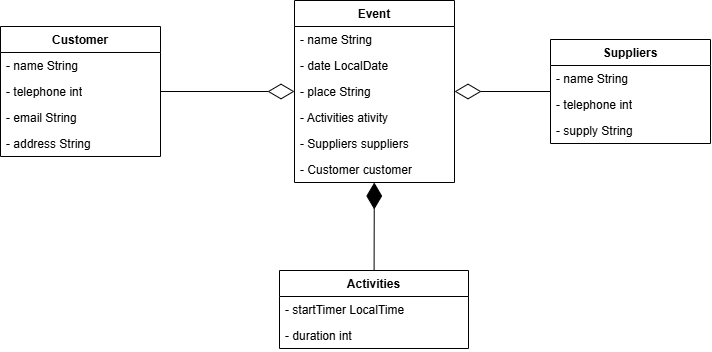
Juan-Chala-123/Aggregation-and-Composition keeps this draw.io diagram as EventCompany/img/event.png. Above is the earlier version. Source tidied: cells renumbered, new cells last; positions are measured from the earlier drawing's top-left corner, leaving out a move shared by most shapes.
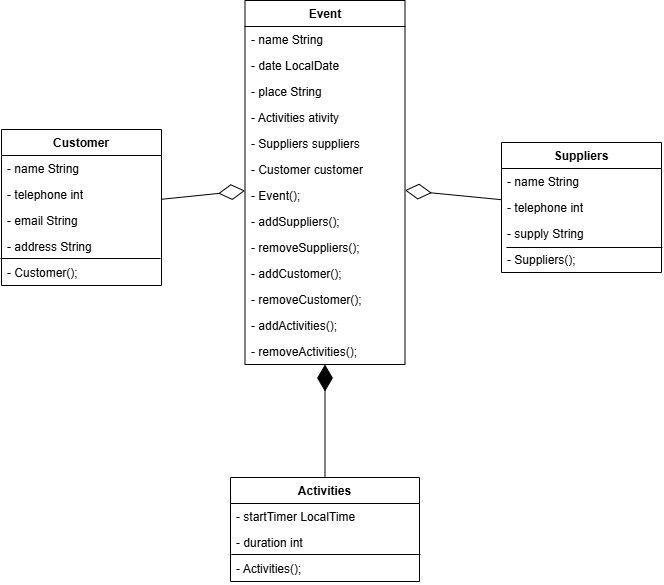
The same diagram one commit later.

Commit message:
Class diagram added

The edit, as a diff of the source:
```diff
@@ -3,7 +3,7 @@
     <mxCell id="0" />
     <mxCell id="1" parent="0" />
     <mxCell id="2" value="Event" style="swimlane;fontStyle=1;align=center;verticalAlign=top;horizontal=1;startSize=26;whiteSpace=wrap;html=1;" parent="1" vertex="1">
-      <mxGeometry x="294" width="160" height="182" as="geometry" />
+      <mxGeometry x="293.5" y="-90" width="160" height="364" as="geometry" />
     </mxCell>
     <mxCell id="3" value="- name String" style="text;strokeColor=none;fillColor=none;align=left;verticalAlign=top;spacingLeft=4;spacingRight=4;overflow=hidden;whiteSpace=wrap;html=1;" parent="2" vertex="1">
       <mxGeometry y="26" width="160" height="26" as="geometry" />
@@ -20,11 +20,32 @@
     <mxCell id="7" value="- Suppliers suppliers" style="text;strokeColor=none;fillColor=none;align=left;verticalAlign=top;spacingLeft=4;spacingRight=4;overflow=hidden;whiteSpace=wrap;html=1;" parent="2" vertex="1">
       <mxGeometry y="130" width="160" height="26" as="geometry" />
     </mxCell>
+    <mxCell id="24" value="- Customer customer" style="text;strokeColor=none;fillColor=none;align=left;verticalAlign=top;spacingLeft=4;spacingRight=4;overflow=hidden;whiteSpace=wrap;html=1;" parent="2" vertex="1">
+      <mxGeometry y="156" width="160" height="26" as="geometry" />
+    </mxCell>
-    <mxCell id="8" value="- Customer customer" style="text;strokeColor=none;fillColor=none;align=left;verticalAlign=top;spacingLeft=4;spacingRight=4;overflow=hidden;whiteSpace=wrap;html=1;" parent="2" vertex="1">
-      <mxGeometry y="156" width="160" height="26" as="geometry" />
+    <mxCell id="8" value="- Event();" style="text;strokeColor=none;fillColor=none;align=left;verticalAlign=top;spacingLeft=4;spacingRight=4;overflow=hidden;whiteSpace=wrap;html=1;" parent="2" vertex="1">
+      <mxGeometry y="182" width="160" height="26" as="geometry" />
     </mxCell>
+    <mxCell id="25" value="- addSuppliers();" style="text;strokeColor=none;fillColor=none;align=left;verticalAlign=top;spacingLeft=4;spacingRight=4;overflow=hidden;whiteSpace=wrap;html=1;" parent="2" vertex="1">
+      <mxGeometry y="208" width="160" height="26" as="geometry" />
+    </mxCell>
+    <mxCell id="26" value="- removeSuppliers();" style="text;strokeColor=none;fillColor=none;align=left;verticalAlign=top;spacingLeft=4;spacingRight=4;overflow=hidden;whiteSpace=wrap;html=1;" parent="2" vertex="1">
+      <mxGeometry y="234" width="160" height="26" as="geometry" />
+    </mxCell>
+    <mxCell id="27" value="- addCustomer();" style="text;strokeColor=none;fillColor=none;align=left;verticalAlign=top;spacingLeft=4;spacingRight=4;overflow=hidden;whiteSpace=wrap;html=1;" parent="2" vertex="1">
+      <mxGeometry y="260" width="160" height="26" as="geometry" />
+    </mxCell>
+    <mxCell id="28" value="- removeCustomer();" style="text;strokeColor=none;fillColor=none;align=left;verticalAlign=top;spacingLeft=4;spacingRight=4;overflow=hidden;whiteSpace=wrap;html=1;" parent="2" vertex="1">
+      <mxGeometry y="286" width="160" height="26" as="geometry" />
+    </mxCell>
+    <mxCell id="29" value="- addActivities();" style="text;strokeColor=none;fillColor=none;align=left;verticalAlign=top;spacingLeft=4;spacingRight=4;overflow=hidden;whiteSpace=wrap;html=1;" parent="2" vertex="1">
+      <mxGeometry y="312" width="160" height="26" as="geometry" />
+    </mxCell>
+    <mxCell id="30" value="- removeActivities();" style="text;strokeColor=none;fillColor=none;align=left;verticalAlign=top;spacingLeft=4;spacingRight=4;overflow=hidden;whiteSpace=wrap;html=1;" parent="2" vertex="1">
+      <mxGeometry y="338" width="160" height="26" as="geometry" />
+    </mxCell>
     <mxCell id="9" value="Customer" style="swimlane;fontStyle=1;align=center;verticalAlign=top;horizontal=1;startSize=26;whiteSpace=wrap;html=1;" parent="1" vertex="1">
-      <mxGeometry y="26" width="160" height="130" as="geometry" />
+      <mxGeometry x="50" y="39" width="160" height="156" as="geometry" />
     </mxCell>
     <mxCell id="10" value="- name String" style="text;strokeColor=none;fillColor=none;align=left;verticalAlign=top;spacingLeft=4;spacingRight=4;overflow=hidden;whiteSpace=wrap;html=1;" parent="9" vertex="1">
       <mxGeometry y="26" width="160" height="26" as="geometry" />
@@ -35,14 +56,20 @@
     <mxCell id="12" value="- email String" style="text;strokeColor=none;fillColor=none;align=left;verticalAlign=top;spacingLeft=4;spacingRight=4;overflow=hidden;whiteSpace=wrap;html=1;" parent="9" vertex="1">
       <mxGeometry y="78" width="160" height="26" as="geometry" />
     </mxCell>
+    <mxCell id="31" value="- address String" style="text;strokeColor=none;fillColor=none;align=left;verticalAlign=top;spacingLeft=4;spacingRight=4;overflow=hidden;points=[[0,0.5],[1,0.5]];portConstraint=eastwest;whiteSpace=wrap;html=1;" parent="9" vertex="1">
+      <mxGeometry y="104" width="160" height="26" as="geometry" />
+    </mxCell>
-    <mxCell id="13" value="- address String" style="text;strokeColor=none;fillColor=none;align=left;verticalAlign=top;spacingLeft=4;spacingRight=4;overflow=hidden;whiteSpace=wrap;html=1;" parent="9" vertex="1">
-      <mxGeometry y="104" width="160" height="26" as="geometry" />
+    <mxCell id="13" value="- Customer();" style="text;strokeColor=none;fillColor=none;align=left;verticalAlign=top;spacingLeft=4;spacingRight=4;overflow=hidden;whiteSpace=wrap;html=1;" parent="9" vertex="1">
+      <mxGeometry y="130" width="160" height="26" as="geometry" />
     </mxCell>
+    <mxCell id="32" style="endArrow=none;html=1;rounded=0;exitX=-0.006;exitY=0.962;exitDx=0;exitDy=0;exitPerimeter=0;entryX=0.994;entryY=0.962;entryDx=0;entryDy=0;entryPerimeter=0;" parent="9" edge="1" source="31" target="31">
+      <mxGeometry relative="1" as="geometry" />
+    </mxCell>
     <mxCell id="14" style="endArrow=diamondThin;endFill=0;endSize=24;html=1;rounded=0;" parent="1" edge="1" source="9" target="2">
       <mxGeometry relative="1" as="geometry" />
     </mxCell>
     <mxCell id="15" value="Suppliers" style="swimlane;fontStyle=1;align=center;verticalAlign=top;horizontal=1;startSize=26;whiteSpace=wrap;html=1;" parent="1" vertex="1">
-      <mxGeometry x="550" y="39" width="160" height="104" as="geometry" />
+      <mxGeometry x="550" y="52" width="160" height="130" as="geometry" />
     </mxCell>
     <mxCell id="16" value="- name String" style="text;strokeColor=none;fillColor=none;align=left;verticalAlign=top;spacingLeft=4;spacingRight=4;overflow=hidden;whiteSpace=wrap;html=1;" parent="15" vertex="1">
       <mxGeometry y="26" width="160" height="26" as="geometry" />
@@ -53,11 +80,17 @@
     <mxCell id="18" value="- supply String" style="text;strokeColor=none;fillColor=none;align=left;verticalAlign=top;spacingLeft=4;spacingRight=4;overflow=hidden;whiteSpace=wrap;html=1;" parent="15" vertex="1">
       <mxGeometry y="78" width="160" height="26" as="geometry" />
     </mxCell>
+    <mxCell id="33" value="- Suppliers();" style="text;strokeColor=none;fillColor=none;align=left;verticalAlign=top;spacingLeft=4;spacingRight=4;overflow=hidden;points=[[0,0.5],[1,0.5]];portConstraint=eastwest;whiteSpace=wrap;html=1;" parent="15" vertex="1">
+      <mxGeometry y="104" width="160" height="26" as="geometry" />
+    </mxCell>
+    <mxCell id="34" style="endArrow=none;html=1;rounded=0;entryX=1.006;entryY=0.038;entryDx=0;entryDy=0;entryPerimeter=0;exitX=0.031;exitY=0.038;exitDx=0;exitDy=0;exitPerimeter=0;" parent="15" edge="1" source="33" target="33">
+      <mxGeometry relative="1" as="geometry" />
+    </mxCell>
     <mxCell id="19" style="endArrow=diamondThin;endFill=0;endSize=24;html=1;rounded=0;" parent="1" edge="1" source="15" target="2">
       <mxGeometry relative="1" as="geometry" />
     </mxCell>
     <mxCell id="20" value="Activities" style="swimlane;fontStyle=1;align=center;verticalAlign=top;horizontal=1;startSize=26;whiteSpace=wrap;html=1;" parent="1" vertex="1">
-      <mxGeometry x="279" y="270" width="189" height="78" as="geometry" />
+      <mxGeometry x="279" y="387" width="189" height="104" as="geometry" />
     </mxCell>
     <mxCell id="21" value="- startTimer LocalTime" style="text;strokeColor=none;fillColor=none;align=left;verticalAlign=top;spacingLeft=4;spacingRight=4;overflow=hidden;whiteSpace=wrap;html=1;" parent="20" vertex="1">
       <mxGeometry y="26" width="189" height="26" as="geometry" />
@@ -65,6 +98,12 @@
     <mxCell id="22" value="- duration int" style="text;strokeColor=none;fillColor=none;align=left;verticalAlign=top;spacingLeft=4;spacingRight=4;overflow=hidden;points=[[0,0.5],[1,0.5]];portConstraint=eastwest;whiteSpace=wrap;html=1;" parent="20" vertex="1">
       <mxGeometry y="52" width="189" height="26" as="geometry" />
     </mxCell>
+    <mxCell id="35" value="- Activities();" style="text;strokeColor=none;fillColor=none;align=left;verticalAlign=top;spacingLeft=4;spacingRight=4;overflow=hidden;points=[[0,0.5],[1,0.5]];portConstraint=eastwest;whiteSpace=wrap;html=1;" parent="20" vertex="1">
+      <mxGeometry y="78" width="189" height="26" as="geometry" />
+    </mxCell>
+    <mxCell id="36" style="endArrow=none;html=1;rounded=0;exitX=0.005;exitY=-0.038;exitDx=0;exitDy=0;exitPerimeter=0;entryX=1.005;entryY=0.962;entryDx=0;entryDy=0;entryPerimeter=0;" parent="20" edge="1" source="35" target="22">
+      <mxGeometry relative="1" as="geometry" />
+    </mxCell>
     <mxCell id="23" style="endArrow=diamondThin;endFill=1;endSize=24;html=1;rounded=0;" parent="1" edge="1" source="20" target="2">
       <mxGeometry relative="1" as="geometry" />
     </mxCell>
```
